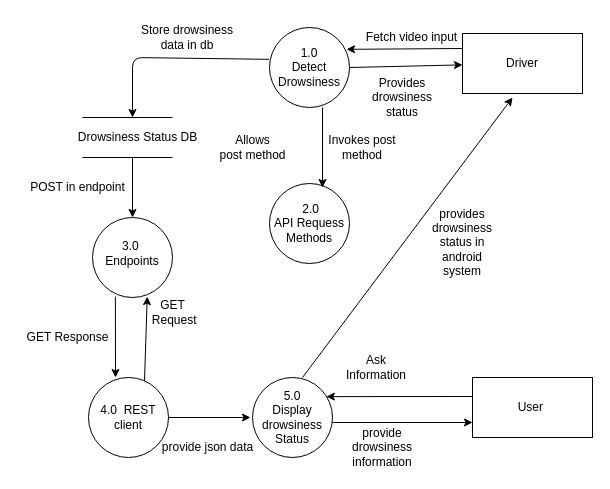
This is dfdlevel1.drawio from jonamadk/DrawIO, a draw.io file, before an edit. Source tidied: cells renumbered, new cells numbered last; positions are measured from the earlier drawing's top-left corner, leaving out a move shared by most shapes. Both pictures are drawn from the tidied source at 100%, with x=0, y=0 at pixel (17, 17).
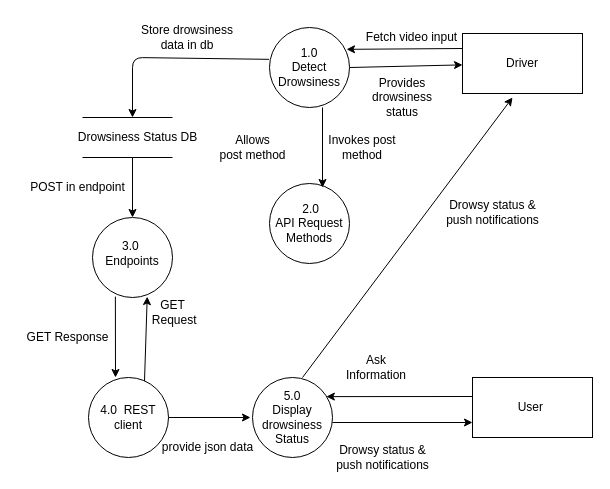
The same diagram, later.

Change to the diagram source:
```diff
@@
-    <mxCell id="3" value="&amp;nbsp;2.0&lt;br&gt;API Requess&lt;br&gt;Methods" style="ellipse;whiteSpace=wrap;html=1;" parent="1" vertex="1">
+    <mxCell id="3" value="&amp;nbsp;2.0&lt;br&gt;API Request&lt;br&gt;Methods" style="ellipse;whiteSpace=wrap;html=1;" parent="1" vertex="1">
       <mxGeometry x="252" y="166" width="80" height="80" as="geometry" />
     </mxCell>
@@
-    <mxCell id="31" value="provide drowsiness information" style="text;html=1;strokeColor=none;fillColor=none;align=center;verticalAlign=middle;whiteSpace=wrap;rounded=0;" parent="1" vertex="1">
-      <mxGeometry x="345" y="420" width="40" height="20" as="geometry" />
-    </mxCell>
@@
-    <mxCell id="33" value="provides drowsiness status in android system" style="text;html=1;strokeColor=none;fillColor=none;align=center;verticalAlign=middle;whiteSpace=wrap;rounded=0;" parent="1" vertex="1">
-      <mxGeometry x="405" y="210" width="80" height="30" as="geometry" />
-    </mxCell>
@@
+    <mxCell id="36" value="Drowsy status &amp;amp; &lt;br&gt;push notifications" style="text;html=1;align=center;verticalAlign=middle;" parent="1" vertex="1">
+      <mxGeometry x="310" y="425" width="110" height="30" as="geometry" />
+    </mxCell>
+    <mxCell id="37" value="Drowsy status &amp;amp; &lt;br&gt;push notifications" style="text;html=1;align=center;verticalAlign=middle;" parent="1" vertex="1">
+      <mxGeometry x="420" y="180" width="110" height="30" as="geometry" />
+    </mxCell>
```
